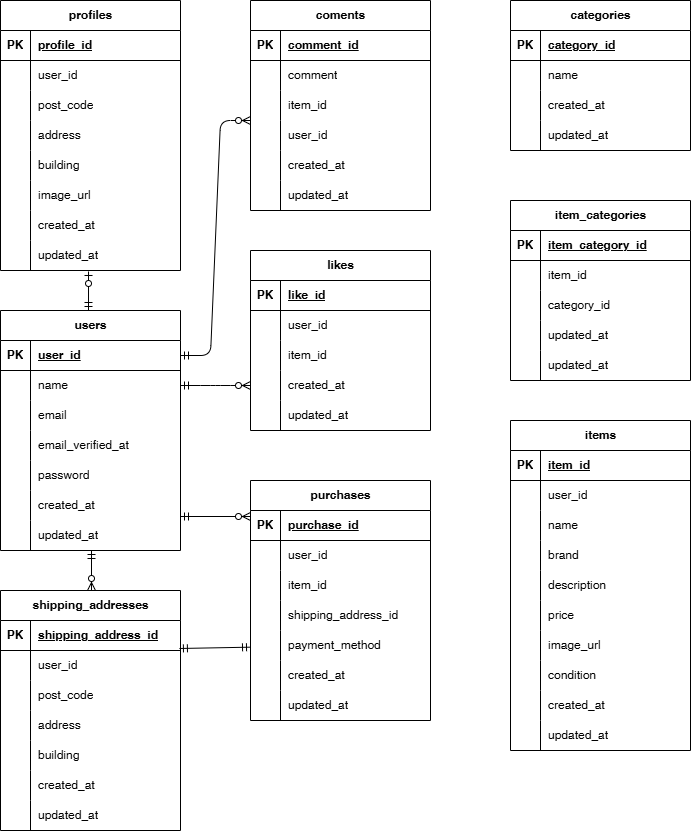
The draw.io diagram frea_market.drawio.png in yun-0312/flea-market, before a commit. Source tidied: cells renumbered, new cells last; positions are measured from the earlier drawing's top-left corner, leaving out a move shared by most shapes.
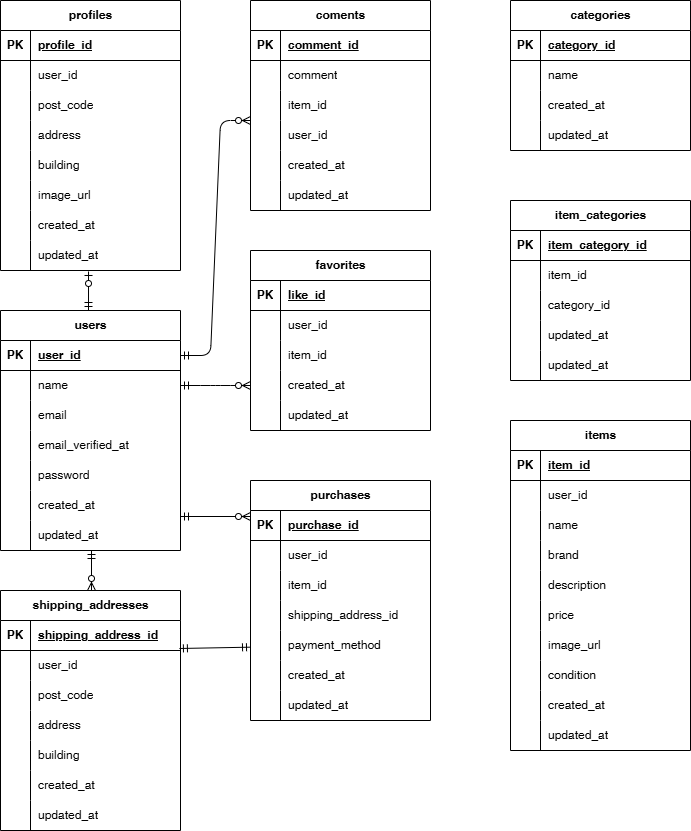
Later version of the same file.

Commit message:
likesテーブル→favoriteテーブル

Change to the diagram source:
```diff
@@ -398,7 +398,7 @@
     <mxCell id="133" value="updated_at" style="shape=partialRectangle;fillColor=none;top=0;left=0;bottom=0;right=0;align=left;spacingLeft=6;overflow=hidden;whiteSpace=wrap;html=1;" parent="131" vertex="1">
       <mxGeometry x="30" width="150" height="30" as="geometry" />
     </mxCell>
-    <mxCell id="134" value="likes" style="shape=table;startSize=30;rowLines=0;fontStyle=1;align=center;html=1;" parent="1" vertex="1">
+    <mxCell id="134" value="favorites" style="shape=table;startSize=30;rowLines=0;fontStyle=1;align=center;html=1;" parent="1" vertex="1">
       <mxGeometry x="250" y="250" width="180" height="180" as="geometry" />
     </mxCell>
     <mxCell id="135" style="shape=tableRow;horizontal=0;startSize=0;swimlaneHead=0;swimlaneBody=0;fillColor=none;top=0;left=0;right=0;bottom=1;" parent="134" vertex="1">
```
